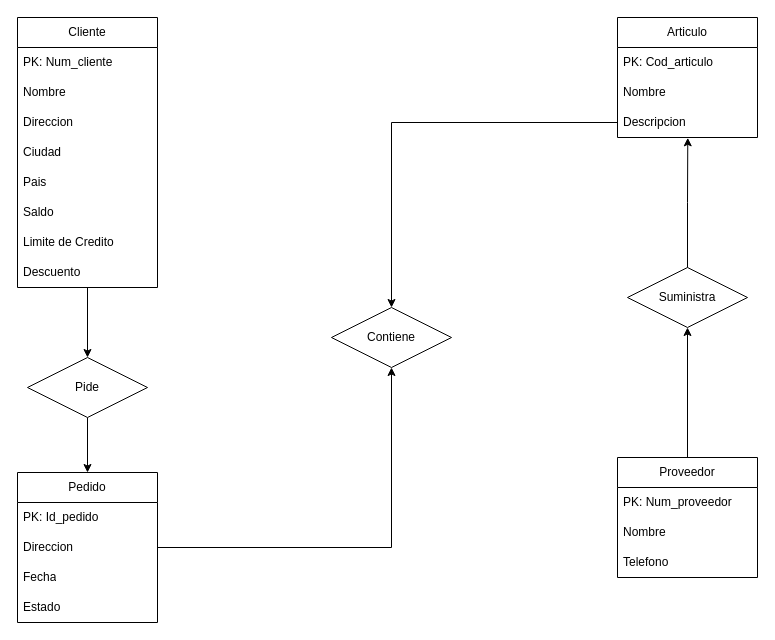
Above: Gestion_de_pedidos.drawio in Mokius02/basesdedatos (draw.io), before the change. Source tidied: cells renumbered, new cells numbered last; positions are measured from the earlier drawing's top-left corner, leaving out a move shared by most shapes. Both pictures are drawn from the tidied source at 100%, with x=0, y=0 at pixel (17, 17).
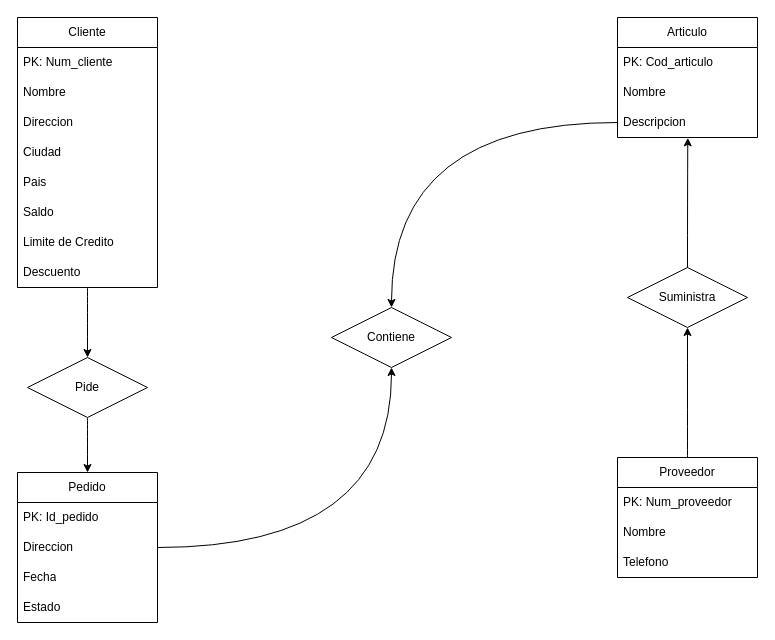
The same diagram, later.

Unchanged cells that the change refers to:
```xml
<mxCell id="3" value="Cliente" style="swimlane;fontStyle=0;horizontal=1;startSize=30;whiteSpace=wrap;html=1;" parent="1" vertex="1">
  <mxGeometry width="140" height="270" as="geometry" />
</mxCell>
<mxCell id="15" value="Descripcion" style="text;strokeColor=none;fillColor=none;align=left;verticalAlign=middle;spacingLeft=4;spacingRight=4;overflow=hidden;points=[[0,0.5],[1,0.5]];portConstraint=eastwest;whiteSpace=wrap;html=1;" parent="12" vertex="1">
  <mxGeometry y="90" width="140" height="30" as="geometry" />
</mxCell>
<mxCell id="16" value="Pedido" style="swimlane;fontStyle=0;horizontal=1;startSize=30;whiteSpace=wrap;html=1;" parent="1" vertex="1">
  <mxGeometry y="455" width="140" height="150" as="geometry" />
</mxCell>
<mxCell id="18" value="Direccion" style="text;strokeColor=none;fillColor=none;align=left;verticalAlign=middle;spacingLeft=4;spacingRight=4;overflow=hidden;points=[[0,0.5],[1,0.5]];portConstraint=eastwest;whiteSpace=wrap;html=1;" parent="16" vertex="1">
  <mxGeometry y="60" width="140" height="30" as="geometry" />
</mxCell>
<mxCell id="22" value="Proveedor" style="swimlane;fontStyle=0;horizontal=1;startSize=30;whiteSpace=wrap;html=1;" parent="1" vertex="1">
  <mxGeometry x="600" y="440" width="140" height="120" as="geometry" />
</mxCell>
<mxCell id="27" value="Pide" style="shape=rhombus;perimeter=rhombusPerimeter;whiteSpace=wrap;html=1;align=center;" parent="1" vertex="1">
  <mxGeometry x="10" y="340" width="120" height="60" as="geometry" />
</mxCell>
<mxCell id="28" value="Contiene" style="shape=rhombus;perimeter=rhombusPerimeter;whiteSpace=wrap;html=1;align=center;" parent="1" vertex="1">
  <mxGeometry x="314" y="290" width="120" height="60" as="geometry" />
</mxCell>
<mxCell id="29" value="Suministra" style="shape=rhombus;perimeter=rhombusPerimeter;whiteSpace=wrap;html=1;align=center;" parent="1" vertex="1">
  <mxGeometry x="610" y="250" width="120" height="60" as="geometry" />
</mxCell>
```

Diff of the diagram source:
```diff
@@
-    <mxCell id="2" style="edgeStyle=orthogonalEdgeStyle;rounded=0;jettySize=auto;html=1;entryX=0.5;entryY=0;entryDx=0;entryDy=0;" parent="1" edge="1" source="3" target="27">
+    <mxCell id="2" style="edgeStyle=orthogonalEdgeStyle;rounded=0;jettySize=auto;html=1;entryX=0.5;entryY=0;entryDx=0;entryDy=0;curved=1;" parent="1" edge="1" source="3" target="27">
       <mxGeometry relative="1" as="geometry" />
     </mxCell>
@@
-    <mxCell id="21" style="edgeStyle=orthogonalEdgeStyle;rounded=0;jettySize=auto;html=1;exitX=0.5;exitY=0;exitDx=0;exitDy=0;entryX=0.5;entryY=1;entryDx=0;entryDy=0;" parent="1" edge="1" source="22" target="29">
+    <mxCell id="21" style="edgeStyle=orthogonalEdgeStyle;rounded=0;jettySize=auto;html=1;exitX=0.5;exitY=0;exitDx=0;exitDy=0;entryX=0.5;entryY=1;entryDx=0;entryDy=0;curved=1;" parent="1" edge="1" source="22" target="29">
       <mxGeometry relative="1" as="geometry" />
     </mxCell>
@@
-    <mxCell id="26" style="edgeStyle=orthogonalEdgeStyle;rounded=0;jettySize=auto;html=1;exitX=0.5;exitY=1;exitDx=0;exitDy=0;entryX=0.5;entryY=0;entryDx=0;entryDy=0;" parent="1" edge="1" source="27" target="16">
+    <mxCell id="26" style="edgeStyle=orthogonalEdgeStyle;rounded=0;jettySize=auto;html=1;exitX=0.5;exitY=1;exitDx=0;exitDy=0;entryX=0.5;entryY=0;entryDx=0;entryDy=0;curved=1;" parent="1" edge="1" source="27" target="16">
       <mxGeometry relative="1" as="geometry" />
     </mxCell>
@@
-    <mxCell id="30" style="edgeStyle=orthogonalEdgeStyle;rounded=0;jettySize=auto;html=1;exitX=0.5;exitY=0;exitDx=0;exitDy=0;entryX=0.502;entryY=1.011;entryDx=0;entryDy=0;entryPerimeter=0;" parent="1" edge="1" source="29" target="15">
+    <mxCell id="30" style="edgeStyle=orthogonalEdgeStyle;rounded=0;jettySize=auto;html=1;exitX=0.5;exitY=0;exitDx=0;exitDy=0;entryX=0.502;entryY=1.011;entryDx=0;entryDy=0;entryPerimeter=0;curved=1;" parent="1" edge="1" source="29" target="15">
       <mxGeometry relative="1" as="geometry" />
     </mxCell>
-    <mxCell id="31" style="edgeStyle=orthogonalEdgeStyle;rounded=0;jettySize=auto;html=1;exitX=0;exitY=0.5;exitDx=0;exitDy=0;entryX=0.5;entryY=0;entryDx=0;entryDy=0;" parent="1" edge="1" source="15" target="28">
+    <mxCell id="31" style="edgeStyle=orthogonalEdgeStyle;rounded=0;jettySize=auto;html=1;exitX=0;exitY=0.5;exitDx=0;exitDy=0;entryX=0.5;entryY=0;entryDx=0;entryDy=0;curved=1;" parent="1" edge="1" source="15" target="28">
       <mxGeometry relative="1" as="geometry" />
     </mxCell>
-    <mxCell id="32" style="edgeStyle=orthogonalEdgeStyle;rounded=0;jettySize=auto;html=1;exitX=1;exitY=0.5;exitDx=0;exitDy=0;entryX=0.5;entryY=1;entryDx=0;entryDy=0;" parent="1" edge="1" source="18" target="28">
+    <mxCell id="32" style="edgeStyle=orthogonalEdgeStyle;rounded=0;jettySize=auto;html=1;exitX=1;exitY=0.5;exitDx=0;exitDy=0;entryX=0.5;entryY=1;entryDx=0;entryDy=0;curved=1;" parent="1" edge="1" source="18" target="28">
       <mxGeometry relative="1" as="geometry" />
     </mxCell>
```
